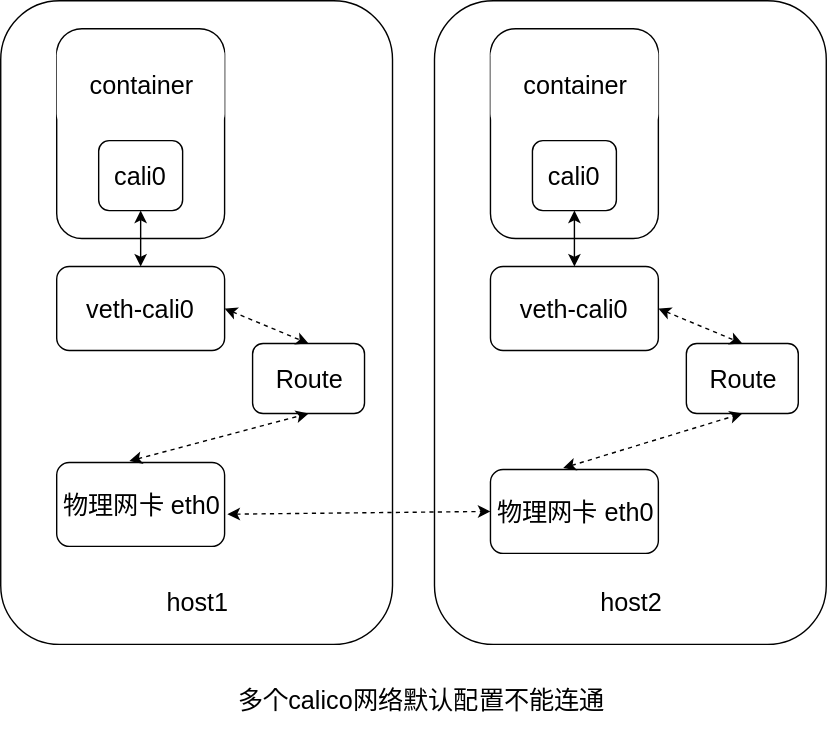
Before: docker/calico.svg, a diagram exported from draw.io (lanzhiwang/awesome-huzhi). Source tidied: cells renumbered, new cells last; positions are measured from the earlier drawing's top-left corner, leaving out a move shared by most shapes. Its diagram source:
```xml
<mxGraphModel background="#ffffff">
  <root>
    <mxCell id="0" />
    <mxCell id="1" parent="0" />
    <mxCell id="2" style="rounded=1;whiteSpace=wrap;html=1;" parent="1" vertex="1">
      <mxGeometry width="280" height="460" as="geometry" />
    </mxCell>
    <mxCell id="3" style="rounded=1;whiteSpace=wrap;html=1;" parent="1" vertex="1">
      <mxGeometry x="40" y="20" width="120" height="150" as="geometry" />
    </mxCell>
    <mxCell id="4" value="&lt;font style=&quot;font-size: 18px&quot;&gt;container&lt;/font&gt;" style="rounded=1;whiteSpace=wrap;html=1;strokeColor=none;" parent="1" vertex="1">
      <mxGeometry x="40" y="30" width="120" height="60" as="geometry" />
    </mxCell>
    <mxCell id="5" value="&lt;font style=&quot;font-size: 18px&quot;&gt;cali0&lt;/font&gt;" style="rounded=1;whiteSpace=wrap;html=1;" parent="1" vertex="1">
      <mxGeometry x="70" y="100" width="60" height="50" as="geometry" />
    </mxCell>
    <mxCell id="6" value="&lt;span&gt;&lt;font style=&quot;font-size: 18px&quot;&gt;veth-cali0&lt;/font&gt;&lt;/span&gt;" style="rounded=1;whiteSpace=wrap;html=1;" parent="1" vertex="1">
      <mxGeometry x="40" y="190" width="120" height="60" as="geometry" />
    </mxCell>
    <mxCell id="7" value="&lt;font style=&quot;font-size: 18px&quot;&gt;物理网卡 eth0&lt;/font&gt;" style="rounded=1;whiteSpace=wrap;html=1;" parent="1" vertex="1">
      <mxGeometry x="40" y="330" width="120" height="60" as="geometry" />
    </mxCell>
    <mxCell id="8" value="&lt;font style=&quot;font-size: 18px&quot;&gt;Route&lt;/font&gt;" style="rounded=1;whiteSpace=wrap;html=1;" parent="1" vertex="1">
      <mxGeometry x="180" y="245" width="80" height="50" as="geometry" />
    </mxCell>
    <mxCell id="9" style="endArrow=classic;startArrow=classic;html=1;entryX=0.5;entryY=1;" parent="1" edge="1" source="6" target="5">
      <mxGeometry relative="1" as="geometry" />
    </mxCell>
    <mxCell id="10" style="endArrow=classic;startArrow=classic;html=1;exitX=1;exitY=0.5;entryX=0.5;entryY=0;dashed=1;" parent="1" edge="1" source="6" target="8">
      <mxGeometry relative="1" as="geometry" />
    </mxCell>
    <mxCell id="11" style="endArrow=classic;startArrow=classic;html=1;dashed=1;entryX=0.5;entryY=1;exitX=0.433;exitY=-0.017;exitPerimeter=0;" parent="1" edge="1" source="7" target="8">
      <mxGeometry relative="1" as="geometry" />
    </mxCell>
    <mxCell id="12" value="&lt;font style=&quot;font-size: 18px&quot;&gt;host1&lt;/font&gt;" style="rounded=1;whiteSpace=wrap;html=1;strokeColor=none;" parent="1" vertex="1">
      <mxGeometry x="110" y="410" width="60" height="40" as="geometry" />
    </mxCell>
    <mxCell id="13" style="rounded=1;whiteSpace=wrap;html=1;" parent="1" vertex="1">
      <mxGeometry x="310" width="280" height="460" as="geometry" />
    </mxCell>
    <mxCell id="14" style="rounded=1;whiteSpace=wrap;html=1;" parent="1" vertex="1">
      <mxGeometry x="350" y="20" width="120" height="150" as="geometry" />
    </mxCell>
    <mxCell id="15" value="&lt;font style=&quot;font-size: 18px&quot;&gt;container&lt;/font&gt;" style="rounded=1;whiteSpace=wrap;html=1;strokeColor=none;" parent="1" vertex="1">
      <mxGeometry x="350" y="30" width="120" height="60" as="geometry" />
    </mxCell>
    <mxCell id="16" value="&lt;font style=&quot;font-size: 18px&quot;&gt;cali0&lt;/font&gt;" style="rounded=1;whiteSpace=wrap;html=1;" parent="1" vertex="1">
      <mxGeometry x="380" y="100" width="60" height="50" as="geometry" />
    </mxCell>
    <mxCell id="17" value="&lt;span&gt;&lt;font style=&quot;font-size: 18px&quot;&gt;veth-cali0&lt;/font&gt;&lt;/span&gt;" style="rounded=1;whiteSpace=wrap;html=1;" parent="1" vertex="1">
      <mxGeometry x="350" y="190" width="120" height="60" as="geometry" />
    </mxCell>
    <mxCell id="18" value="&lt;font style=&quot;font-size: 18px&quot;&gt;物理网卡 eth0&lt;/font&gt;" style="rounded=1;whiteSpace=wrap;html=1;" parent="1" vertex="1">
      <mxGeometry x="350" y="335" width="120" height="60" as="geometry" />
    </mxCell>
    <mxCell id="19" value="&lt;font style=&quot;font-size: 18px&quot;&gt;Route&lt;/font&gt;" style="rounded=1;whiteSpace=wrap;html=1;" parent="1" vertex="1">
      <mxGeometry x="490" y="245" width="80" height="50" as="geometry" />
    </mxCell>
    <mxCell id="20" style="endArrow=classic;startArrow=classic;html=1;entryX=0.5;entryY=1;" parent="1" edge="1" source="17" target="16">
      <mxGeometry relative="1" as="geometry" />
    </mxCell>
    <mxCell id="21" style="endArrow=classic;startArrow=classic;html=1;exitX=1;exitY=0.5;entryX=0.5;entryY=0;dashed=1;" parent="1" edge="1" source="17" target="19">
      <mxGeometry relative="1" as="geometry" />
    </mxCell>
    <mxCell id="22" style="endArrow=classic;startArrow=classic;html=1;dashed=1;entryX=0.5;entryY=1;exitX=0.433;exitY=-0.017;exitPerimeter=0;" parent="1" edge="1" source="18" target="19">
      <mxGeometry relative="1" as="geometry" />
    </mxCell>
    <mxCell id="23" value="&lt;font style=&quot;font-size: 18px&quot;&gt;host2&lt;/font&gt;" style="rounded=1;whiteSpace=wrap;html=1;strokeColor=none;" parent="1" vertex="1">
      <mxGeometry x="420" y="410" width="60" height="40" as="geometry" />
    </mxCell>
    <mxCell id="24" style="endArrow=classic;startArrow=classic;html=1;dashed=1;entryX=0;entryY=0.5;exitX=1.017;exitY=0.617;exitPerimeter=0;" parent="1" edge="1" source="7" target="18">
      <mxGeometry relative="1" as="geometry" />
    </mxCell>
    <mxCell id="25" value="&lt;font style=&quot;font-size: 18px&quot;&gt;多个calico网络默认配置不能连通&lt;/font&gt;" style="text;html=1;strokeColor=none;fillColor=none;align=center;verticalAlign=middle;whiteSpace=wrap;rounded=0;" parent="1" vertex="1">
      <mxGeometry x="150" y="480" width="300" height="40" as="geometry" />
    </mxCell>
  </root>
</mxGraphModel>
```
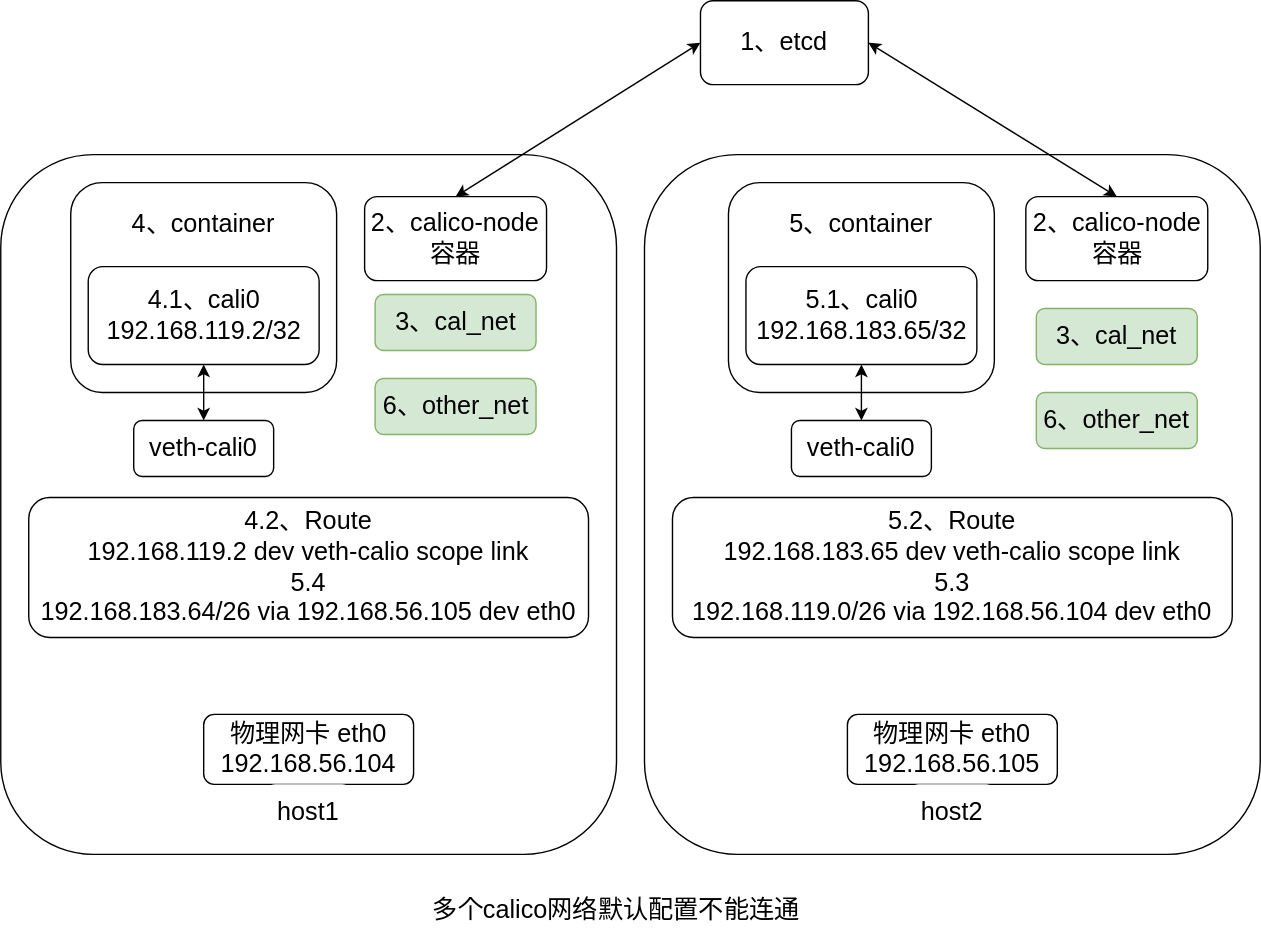
Above is the later version.

What changed in the source:
```diff
@@ -2,77 +2,89 @@
   <root>
     <mxCell id="0" />
     <mxCell id="1" parent="0" />
-    <mxCell id="2" style="rounded=1;whiteSpace=wrap;html=1;" parent="1" vertex="1">
-      <mxGeometry width="280" height="460" as="geometry" />
-    </mxCell>
+    <mxCell id="26" style="rounded=1;whiteSpace=wrap;html=1;" parent="1" vertex="1">
+      <mxGeometry x="-260" y="-1180" width="440" height="500" as="geometry" />
+    </mxCell>
+    <mxCell id="27" style="rounded=1;whiteSpace=wrap;html=1;" parent="1" vertex="1">
+      <mxGeometry x="-720" y="-1180" width="440" height="500" as="geometry" />
+    </mxCell>
     <mxCell id="3" style="rounded=1;whiteSpace=wrap;html=1;" parent="1" vertex="1">
-      <mxGeometry x="40" y="20" width="120" height="150" as="geometry" />
+      <mxGeometry x="-670" y="-1160" width="190" height="150" as="geometry" />
     </mxCell>
-    <mxCell id="4" value="&lt;font style=&quot;font-size: 18px&quot;&gt;container&lt;/font&gt;" style="rounded=1;whiteSpace=wrap;html=1;strokeColor=none;" parent="1" vertex="1">
-      <mxGeometry x="40" y="30" width="120" height="60" as="geometry" />
+    <mxCell id="4" value="&lt;font style=&quot;font-size: 18px&quot;&gt;4、container&lt;/font&gt;" style="rounded=1;whiteSpace=wrap;html=1;strokeColor=none;" parent="1" vertex="1">
+      <mxGeometry x="-630" y="-1150" width="110" height="40" as="geometry" />
     </mxCell>
-    <mxCell id="5" value="&lt;font style=&quot;font-size: 18px&quot;&gt;cali0&lt;/font&gt;" style="rounded=1;whiteSpace=wrap;html=1;" parent="1" vertex="1">
-      <mxGeometry x="70" y="100" width="60" height="50" as="geometry" />
+    <mxCell id="5" value="&lt;font style=&quot;font-size: 18px&quot;&gt;4.1、cali0&lt;br&gt;192.168.119.2/32&lt;br&gt;&lt;/font&gt;" style="rounded=1;whiteSpace=wrap;html=1;" parent="1" vertex="1">
+      <mxGeometry x="-657.5" y="-1100" width="165" height="70" as="geometry" />
     </mxCell>
     <mxCell id="6" value="&lt;span&gt;&lt;font style=&quot;font-size: 18px&quot;&gt;veth-cali0&lt;/font&gt;&lt;/span&gt;" style="rounded=1;whiteSpace=wrap;html=1;" parent="1" vertex="1">
-      <mxGeometry x="40" y="190" width="120" height="60" as="geometry" />
+      <mxGeometry x="-625" y="-990" width="100" height="40" as="geometry" />
     </mxCell>
-    <mxCell id="7" value="&lt;font style=&quot;font-size: 18px&quot;&gt;物理网卡 eth0&lt;/font&gt;" style="rounded=1;whiteSpace=wrap;html=1;" parent="1" vertex="1">
-      <mxGeometry x="40" y="330" width="120" height="60" as="geometry" />
+    <mxCell id="7" value="&lt;font style=&quot;font-size: 18px&quot;&gt;物理网卡 eth0&lt;br&gt;192.168.56.104&lt;br&gt;&lt;/font&gt;" style="rounded=1;whiteSpace=wrap;html=1;" parent="1" vertex="1">
+      <mxGeometry x="-575" y="-780" width="150" height="50" as="geometry" />
     </mxCell>
-    <mxCell id="8" value="&lt;font style=&quot;font-size: 18px&quot;&gt;Route&lt;/font&gt;" style="rounded=1;whiteSpace=wrap;html=1;" parent="1" vertex="1">
-      <mxGeometry x="180" y="245" width="80" height="50" as="geometry" />
+    <mxCell id="8" value="&lt;font style=&quot;font-size: 18px&quot;&gt;4.2、Route&lt;br&gt;192.168.119.2 dev veth-calio scope link&lt;br&gt;5.4&lt;br&gt;192.168.183.64/26 via 192.168.56.105 dev eth0&lt;br&gt;&lt;/font&gt;" style="rounded=1;whiteSpace=wrap;html=1;" parent="1" vertex="1">
+      <mxGeometry x="-700" y="-935" width="400" height="100" as="geometry" />
     </mxCell>
+    <mxCell id="12" value="&lt;font style=&quot;font-size: 18px&quot;&gt;host1&lt;/font&gt;" style="rounded=1;whiteSpace=wrap;html=1;strokeColor=none;" parent="1" vertex="1">
+      <mxGeometry x="-530" y="-730" width="60" height="40" as="geometry" />
+    </mxCell>
+    <mxCell id="18" value="&lt;font style=&quot;font-size: 18px&quot;&gt;物理网卡 eth0&lt;br&gt;192.168.56.105&lt;br&gt;&lt;/font&gt;" style="rounded=1;whiteSpace=wrap;html=1;" parent="1" vertex="1">
+      <mxGeometry x="-115" y="-780" width="150" height="50" as="geometry" />
+    </mxCell>
+    <mxCell id="23" value="&lt;font style=&quot;font-size: 18px&quot;&gt;host2&lt;/font&gt;" style="rounded=1;whiteSpace=wrap;html=1;strokeColor=none;" parent="1" vertex="1">
+      <mxGeometry x="-70" y="-730" width="60" height="40" as="geometry" />
+    </mxCell>
+    <mxCell id="25" value="&lt;font style=&quot;font-size: 18px&quot;&gt;多个calico网络默认配置不能连通&lt;/font&gt;" style="text;html=1;strokeColor=none;fillColor=none;align=center;verticalAlign=middle;whiteSpace=wrap;rounded=0;" parent="1" vertex="1">
+      <mxGeometry x="-430" y="-660" width="300" height="40" as="geometry" />
+    </mxCell>
+    <mxCell id="28" value="&lt;font style=&quot;font-size: 18px&quot;&gt;1、etcd&lt;/font&gt;" style="rounded=1;whiteSpace=wrap;html=1;" parent="1" vertex="1">
+      <mxGeometry x="-220" y="-1290" width="120" height="60" as="geometry" />
+    </mxCell>
+    <mxCell id="29" value="&lt;font style=&quot;font-size: 18px&quot;&gt;2、calico-node&lt;br&gt;容器&lt;/font&gt;" style="rounded=1;whiteSpace=wrap;html=1;" parent="1" vertex="1">
+      <mxGeometry x="-460" y="-1150" width="130" height="60" as="geometry" />
+    </mxCell>
+    <mxCell id="30" value="&lt;font style=&quot;font-size: 18px&quot;&gt;3、cal_net&lt;/font&gt;" style="rounded=1;whiteSpace=wrap;html=1;fillColor=#d5e8d4;strokeColor=#82b366;" parent="1" vertex="1">
+      <mxGeometry x="-452.5" y="-1080" width="115" height="40" as="geometry" />
+    </mxCell>
+    <mxCell id="31" style="rounded=1;whiteSpace=wrap;html=1;" parent="1" vertex="1">
+      <mxGeometry x="-200" y="-1160" width="190" height="150" as="geometry" />
+    </mxCell>
+    <mxCell id="32" value="&lt;font style=&quot;font-size: 18px&quot;&gt;5、container&lt;/font&gt;" style="rounded=1;whiteSpace=wrap;html=1;strokeColor=none;" parent="1" vertex="1">
+      <mxGeometry x="-160" y="-1150" width="110" height="40" as="geometry" />
+    </mxCell>
+    <mxCell id="33" value="&lt;font style=&quot;font-size: 18px&quot;&gt;5.1、cali0&lt;br&gt;192.168.183.65/32&lt;br&gt;&lt;/font&gt;" style="rounded=1;whiteSpace=wrap;html=1;" parent="1" vertex="1">
+      <mxGeometry x="-187.5" y="-1100" width="165" height="70" as="geometry" />
+    </mxCell>
+    <mxCell id="34" value="&lt;font style=&quot;font-size: 18px&quot;&gt;5.2、Route&lt;br&gt;192.168.183.65 dev veth-calio scope link&lt;br&gt;5.3&lt;br&gt;192.168.119.0/26 via 192.168.56.104 dev eth0&lt;br&gt;&lt;/font&gt;" style="rounded=1;whiteSpace=wrap;html=1;" parent="1" vertex="1">
+      <mxGeometry x="-240" y="-935" width="400" height="100" as="geometry" />
+    </mxCell>
+    <mxCell id="35" value="&lt;font style=&quot;font-size: 18px&quot;&gt;2、calico-node&lt;br&gt;容器&lt;/font&gt;" style="rounded=1;whiteSpace=wrap;html=1;" parent="1" vertex="1">
+      <mxGeometry x="12.5" y="-1150" width="130" height="60" as="geometry" />
+    </mxCell>
+    <mxCell id="36" value="&lt;font style=&quot;font-size: 18px&quot;&gt;3、cal_net&lt;/font&gt;" style="rounded=1;whiteSpace=wrap;html=1;fillColor=#d5e8d4;strokeColor=#82b366;" parent="1" vertex="1">
+      <mxGeometry x="20" y="-1070" width="115" height="40" as="geometry" />
+    </mxCell>
+    <mxCell id="17" value="&lt;span&gt;&lt;font style=&quot;font-size: 18px&quot;&gt;veth-cali0&lt;/font&gt;&lt;/span&gt;" style="rounded=1;whiteSpace=wrap;html=1;" parent="1" vertex="1">
+      <mxGeometry x="-155" y="-990" width="100" height="40" as="geometry" />
+    </mxCell>
+    <mxCell id="37" value="&lt;font style=&quot;font-size: 18px&quot;&gt;6、other_net&lt;/font&gt;" style="rounded=1;whiteSpace=wrap;html=1;fillColor=#d5e8d4;strokeColor=#82b366;" parent="1" vertex="1">
+      <mxGeometry x="-452.5" y="-1020" width="115" height="40" as="geometry" />
+    </mxCell>
+    <mxCell id="38" value="&lt;font style=&quot;font-size: 18px&quot;&gt;6、other_net&lt;/font&gt;" style="rounded=1;whiteSpace=wrap;html=1;fillColor=#d5e8d4;strokeColor=#82b366;" parent="1" vertex="1">
+      <mxGeometry x="20" y="-1010" width="115" height="40" as="geometry" />
+    </mxCell>
-    <mxCell id="9" style="endArrow=classic;startArrow=classic;html=1;entryX=0.5;entryY=1;" parent="1" edge="1" source="6" target="5">
+    <mxCell id="9" style="endArrow=classic;startArrow=classic;html=1;entryX=0.5;entryY=1;entryDx=0;entryDy=0;" parent="1" edge="1" source="6" target="5">
       <mxGeometry relative="1" as="geometry" />
     </mxCell>
-    <mxCell id="10" style="endArrow=classic;startArrow=classic;html=1;exitX=1;exitY=0.5;entryX=0.5;entryY=0;dashed=1;" parent="1" edge="1" source="6" target="8">
-      <mxGeometry relative="1" as="geometry" />
-    </mxCell>
-    <mxCell id="11" style="endArrow=classic;startArrow=classic;html=1;dashed=1;entryX=0.5;entryY=1;exitX=0.433;exitY=-0.017;exitPerimeter=0;" parent="1" edge="1" source="7" target="8">
-      <mxGeometry relative="1" as="geometry" />
-    </mxCell>
-    <mxCell id="12" value="&lt;font style=&quot;font-size: 18px&quot;&gt;host1&lt;/font&gt;" style="rounded=1;whiteSpace=wrap;html=1;strokeColor=none;" parent="1" vertex="1">
-      <mxGeometry x="110" y="410" width="60" height="40" as="geometry" />
-    </mxCell>
-    <mxCell id="13" style="rounded=1;whiteSpace=wrap;html=1;" parent="1" vertex="1">
-      <mxGeometry x="310" width="280" height="460" as="geometry" />
-    </mxCell>
-    <mxCell id="14" style="rounded=1;whiteSpace=wrap;html=1;" parent="1" vertex="1">
-      <mxGeometry x="350" y="20" width="120" height="150" as="geometry" />
-    </mxCell>
-    <mxCell id="15" value="&lt;font style=&quot;font-size: 18px&quot;&gt;container&lt;/font&gt;" style="rounded=1;whiteSpace=wrap;html=1;strokeColor=none;" parent="1" vertex="1">
-      <mxGeometry x="350" y="30" width="120" height="60" as="geometry" />
-    </mxCell>
-    <mxCell id="16" value="&lt;font style=&quot;font-size: 18px&quot;&gt;cali0&lt;/font&gt;" style="rounded=1;whiteSpace=wrap;html=1;" parent="1" vertex="1">
-      <mxGeometry x="380" y="100" width="60" height="50" as="geometry" />
-    </mxCell>
-    <mxCell id="17" value="&lt;span&gt;&lt;font style=&quot;font-size: 18px&quot;&gt;veth-cali0&lt;/font&gt;&lt;/span&gt;" style="rounded=1;whiteSpace=wrap;html=1;" parent="1" vertex="1">
-      <mxGeometry x="350" y="190" width="120" height="60" as="geometry" />
-    </mxCell>
-    <mxCell id="18" value="&lt;font style=&quot;font-size: 18px&quot;&gt;物理网卡 eth0&lt;/font&gt;" style="rounded=1;whiteSpace=wrap;html=1;" parent="1" vertex="1">
-      <mxGeometry x="350" y="335" width="120" height="60" as="geometry" />
-    </mxCell>
-    <mxCell id="19" value="&lt;font style=&quot;font-size: 18px&quot;&gt;Route&lt;/font&gt;" style="rounded=1;whiteSpace=wrap;html=1;" parent="1" vertex="1">
-      <mxGeometry x="490" y="245" width="80" height="50" as="geometry" />
-    </mxCell>
-    <mxCell id="20" style="endArrow=classic;startArrow=classic;html=1;entryX=0.5;entryY=1;" parent="1" edge="1" source="17" target="16">
-      <mxGeometry relative="1" as="geometry" />
-    </mxCell>
-    <mxCell id="21" style="endArrow=classic;startArrow=classic;html=1;exitX=1;exitY=0.5;entryX=0.5;entryY=0;dashed=1;" parent="1" edge="1" source="17" target="19">
-      <mxGeometry relative="1" as="geometry" />
-    </mxCell>
-    <mxCell id="22" style="endArrow=classic;startArrow=classic;html=1;dashed=1;entryX=0.5;entryY=1;exitX=0.433;exitY=-0.017;exitPerimeter=0;" parent="1" edge="1" source="18" target="19">
-      <mxGeometry relative="1" as="geometry" />
-    </mxCell>
-    <mxCell id="23" value="&lt;font style=&quot;font-size: 18px&quot;&gt;host2&lt;/font&gt;" style="rounded=1;whiteSpace=wrap;html=1;strokeColor=none;" parent="1" vertex="1">
-      <mxGeometry x="420" y="410" width="60" height="40" as="geometry" />
-    </mxCell>
-    <mxCell id="24" style="endArrow=classic;startArrow=classic;html=1;dashed=1;entryX=0;entryY=0.5;exitX=1.017;exitY=0.617;exitPerimeter=0;" parent="1" edge="1" source="7" target="18">
-      <mxGeometry relative="1" as="geometry" />
-    </mxCell>
-    <mxCell id="25" value="&lt;font style=&quot;font-size: 18px&quot;&gt;多个calico网络默认配置不能连通&lt;/font&gt;" style="text;html=1;strokeColor=none;fillColor=none;align=center;verticalAlign=middle;whiteSpace=wrap;rounded=0;" parent="1" vertex="1">
-      <mxGeometry x="150" y="480" width="300" height="40" as="geometry" />
-    </mxCell>
+    <mxCell id="39" style="endArrow=classic;startArrow=classic;html=1;entryX=0.5;entryY=1;entryDx=0;entryDy=0;" parent="1" edge="1" source="17" target="33">
+      <mxGeometry relative="1" as="geometry" />
+    </mxCell>
+    <mxCell id="40" style="endArrow=classic;startArrow=classic;html=1;entryX=0;entryY=0.5;entryDx=0;entryDy=0;exitX=0.5;exitY=0;exitDx=0;exitDy=0;" parent="1" edge="1" source="29" target="28">
+      <mxGeometry relative="1" as="geometry" />
+    </mxCell>
+    <mxCell id="41" style="endArrow=classic;startArrow=classic;html=1;entryX=1;entryY=0.5;entryDx=0;entryDy=0;exitX=0.5;exitY=0;exitDx=0;exitDy=0;" parent="1" edge="1" source="35" target="28">
+      <mxGeometry relative="1" as="geometry" />
+    </mxCell>
   </root>
 </mxGraphModel>
```
